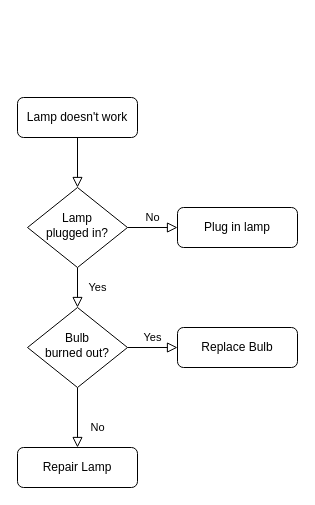
Jravis/TGSS_Angcor keeps this draw.io diagram as Untitled Diagram.drawio. Above is the earlier version. Source tidied: cells renumbered, new cells numbered last; positions are measured from the earlier drawing's top-left corner, leaving out a move shared by most shapes. Both pictures are drawn from the tidied source at 100%, with x=0, y=0 at pixel (17, 97).
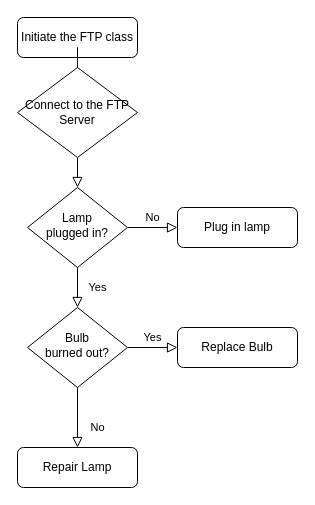
The same page after the edit.

Diff of the diagram source:
```diff
@@
 <mxGraphModel>
   <root>
     <mxCell id="0" />
     <mxCell id="1" parent="0" />
-    <mxCell id="2" style="rounded=0;html=1;jettySize=auto;fontSize=11;endArrow=block;endFill=0;endSize=8;strokeWidth=1;shadow=0;labelBackgroundColor=none;edgeStyle=orthogonalEdgeStyle;" parent="1" edge="1" source="3" target="6">
+    <mxCell id="2" style="rounded=0;html=1;jettySize=auto;fontSize=11;endArrow=block;endFill=0;endSize=8;strokeWidth=1;shadow=0;labelBackgroundColor=none;edgeStyle=orthogonalEdgeStyle;startArrow=none;" parent="1" edge="1" source="14" target="6">
       <mxGeometry relative="1" as="geometry" />
     </mxCell>
-    <mxCell id="3" value="Lamp doesn't work" style="rounded=1;whiteSpace=wrap;html=1;fontSize=12;glass=0;strokeWidth=1;shadow=0;" parent="1" vertex="1">
-      <mxGeometry width="120" height="40" as="geometry" />
+    <mxCell id="3" value="Initiate the FTP class" style="rounded=1;whiteSpace=wrap;html=1;fontSize=12;glass=0;strokeWidth=1;shadow=0;" parent="1" vertex="1">
+      <mxGeometry y="-80" width="120" height="40" as="geometry" />
     </mxCell>
     <mxCell id="4" value="Yes" style="rounded=0;html=1;jettySize=auto;fontSize=11;endArrow=block;endFill=0;endSize=8;strokeWidth=1;shadow=0;labelBackgroundColor=none;edgeStyle=orthogonalEdgeStyle;" parent="1" edge="1" source="6" target="10">
       <mxGeometry y="20" relative="1" as="geometry" />
     </mxCell>
     <mxCell id="5" value="No" style="edgeStyle=orthogonalEdgeStyle;rounded=0;html=1;jettySize=auto;fontSize=11;endArrow=block;endFill=0;endSize=8;strokeWidth=1;shadow=0;labelBackgroundColor=none;" parent="1" edge="1" source="6" target="7">
       <mxGeometry y="10" relative="1" as="geometry" />
     </mxCell>
     <mxCell id="6" value="Lamp&lt;br&gt;plugged in?" style="rhombus;whiteSpace=wrap;html=1;shadow=0;fontFamily=Helvetica;fontSize=12;align=center;strokeWidth=1;spacing=6;spacingTop=-4;" parent="1" vertex="1">
       <mxGeometry x="10" y="90" width="100" height="80" as="geometry" />
     </mxCell>
     <mxCell id="7" value="Plug in lamp" style="rounded=1;whiteSpace=wrap;html=1;fontSize=12;glass=0;strokeWidth=1;shadow=0;" parent="1" vertex="1">
       <mxGeometry x="160" y="110" width="120" height="40" as="geometry" />
     </mxCell>
     <mxCell id="8" value="No" style="rounded=0;html=1;jettySize=auto;fontSize=11;endArrow=block;endFill=0;endSize=8;strokeWidth=1;shadow=0;labelBackgroundColor=none;edgeStyle=orthogonalEdgeStyle;" parent="1" edge="1" source="10" target="11">
       <mxGeometry x="0.33" y="20" relative="1" as="geometry" />
     </mxCell>
     <mxCell id="9" value="Yes" style="edgeStyle=orthogonalEdgeStyle;rounded=0;html=1;jettySize=auto;fontSize=11;endArrow=block;endFill=0;endSize=8;strokeWidth=1;shadow=0;labelBackgroundColor=none;" parent="1" edge="1" source="10" target="12">
       <mxGeometry y="10" relative="1" as="geometry" />
     </mxCell>
     <mxCell id="10" value="Bulb&lt;br&gt;burned out?" style="rhombus;whiteSpace=wrap;html=1;shadow=0;fontFamily=Helvetica;fontSize=12;align=center;strokeWidth=1;spacing=6;spacingTop=-4;" parent="1" vertex="1">
       <mxGeometry x="10" y="210" width="100" height="80" as="geometry" />
     </mxCell>
     <mxCell id="11" value="Repair Lamp" style="rounded=1;whiteSpace=wrap;html=1;fontSize=12;glass=0;strokeWidth=1;shadow=0;" parent="1" vertex="1">
       <mxGeometry y="350" width="120" height="40" as="geometry" />
     </mxCell>
     <mxCell id="12" value="Replace Bulb" style="rounded=1;whiteSpace=wrap;html=1;fontSize=12;glass=0;strokeWidth=1;shadow=0;" parent="1" vertex="1">
       <mxGeometry x="160" y="230" width="120" height="40" as="geometry" />
     </mxCell>
+    <mxCell id="13" style="rounded=0;html=1;jettySize=auto;fontSize=11;endArrow=none;endFill=0;endSize=8;strokeWidth=1;shadow=0;labelBackgroundColor=none;edgeStyle=orthogonalEdgeStyle;" parent="1" edge="1" source="3" target="14">
+      <mxGeometry relative="1" as="geometry" />
+    </mxCell>
+    <mxCell id="14" value="Connect to the FTP Server" style="rhombus;whiteSpace=wrap;html=1;" parent="1" vertex="1">
+      <mxGeometry y="-30" width="120" height="90" as="geometry" />
+    </mxCell>
   </root>
 </mxGraphModel>
```
